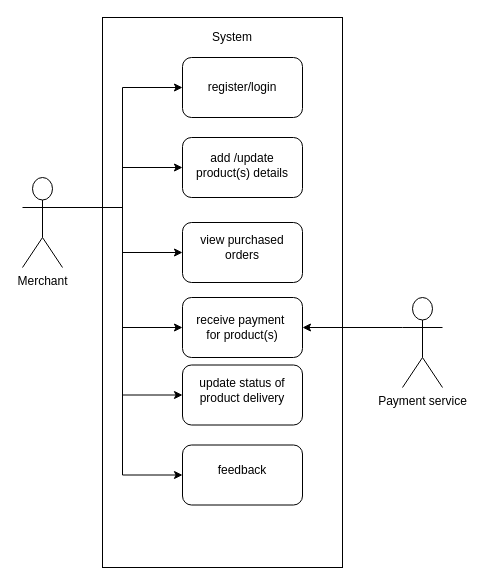
Earlier version of the draw.io diagram page "Page-1" (1 of 2) of amazon_admin.drawio (MohitBurkule/uml-diagrams). Source tidied: cells renumbered, new cells numbered last; positions are measured from the earlier drawing's top-left corner, leaving out a move shared by most shapes. Both pictures are drawn from the tidied source at 100%, with x=0, y=0 at pixel (22, 17).
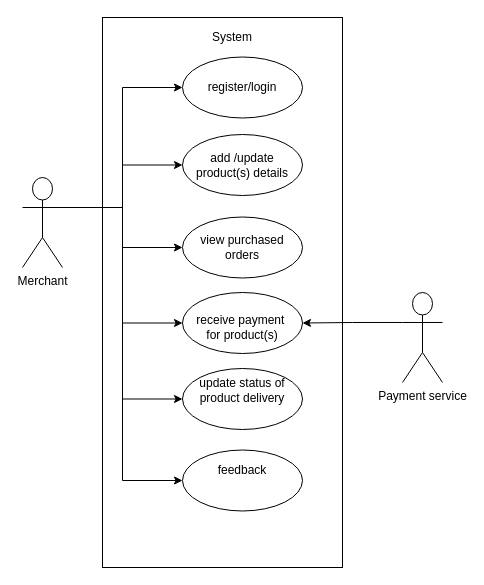
The same diagram, later.

The edit, as a diff of the source:
```diff
@@
-    <mxCell id="3" style="edgeStyle=orthogonalEdgeStyle;rounded=0;jettySize=auto;html=1;exitX=1;exitY=0.3333333333333333;exitDx=0;exitDy=0;exitPerimeter=0;entryX=0;entryY=0.5;entryDx=0;entryDy=0;" parent="1" edge="1" source="9" target="10">
-      <mxGeometry relative="1" as="geometry" />
-    </mxCell>
-    <mxCell id="4" style="edgeStyle=orthogonalEdgeStyle;rounded=0;jettySize=auto;html=1;exitX=1;exitY=0.3333333333333333;exitDx=0;exitDy=0;exitPerimeter=0;entryX=0;entryY=0.5;entryDx=0;entryDy=0;" parent="1" edge="1" source="9" target="11">
-      <mxGeometry relative="1" as="geometry" />
-    </mxCell>
-    <mxCell id="5" style="edgeStyle=orthogonalEdgeStyle;rounded=0;jettySize=auto;html=1;exitX=1;exitY=0.3333333333333333;exitDx=0;exitDy=0;exitPerimeter=0;entryX=0;entryY=0.5;entryDx=0;entryDy=0;" parent="1" edge="1" source="9" target="12">
-      <mxGeometry relative="1" as="geometry" />
-    </mxCell>
-    <mxCell id="6" style="edgeStyle=orthogonalEdgeStyle;rounded=0;jettySize=auto;html=1;exitX=1;exitY=0.3333333333333333;exitDx=0;exitDy=0;exitPerimeter=0;entryX=0;entryY=0.5;entryDx=0;entryDy=0;" parent="1" edge="1" source="9" target="13">
-      <mxGeometry relative="1" as="geometry" />
-    </mxCell>
-    <mxCell id="7" style="edgeStyle=orthogonalEdgeStyle;rounded=0;jettySize=auto;html=1;exitX=1;exitY=0.3333333333333333;exitDx=0;exitDy=0;exitPerimeter=0;entryX=0;entryY=0.5;entryDx=0;entryDy=0;" parent="1" edge="1" source="9" target="20">
-      <mxGeometry relative="1" as="geometry" />
-    </mxCell>
-    <mxCell id="8" style="edgeStyle=orthogonalEdgeStyle;rounded=0;jettySize=auto;html=1;exitX=1;exitY=0.3333333333333333;exitDx=0;exitDy=0;exitPerimeter=0;entryX=0;entryY=0.5;entryDx=0;entryDy=0;" parent="1" edge="1" source="9" target="22">
-      <mxGeometry relative="1" as="geometry" />
-    </mxCell>
-    <mxCell id="9" value="Merchant" style="shape=umlActor;verticalLabelPosition=bottom;labelBackgroundColor=#ffffff;verticalAlign=top;html=1;" parent="1" vertex="1">
-      <mxGeometry y="160" width="40" height="90" as="geometry" />
-    </mxCell>
-    <mxCell id="10" style="rounded=1;whiteSpace=wrap;html=1;" parent="1" vertex="1">
-      <mxGeometry x="160" y="40" width="120" height="60" as="geometry" />
-    </mxCell>
-    <mxCell id="11" style="rounded=1;whiteSpace=wrap;html=1;" parent="1" vertex="1">
-      <mxGeometry x="160" y="120" width="120" height="60" as="geometry" />
-    </mxCell>
-    <mxCell id="12" style="rounded=1;whiteSpace=wrap;html=1;" parent="1" vertex="1">
-      <mxGeometry x="160" y="205" width="120" height="60" as="geometry" />
-    </mxCell>
-    <mxCell id="13" style="rounded=1;whiteSpace=wrap;html=1;" parent="1" vertex="1">
-      <mxGeometry x="160" y="280" width="120" height="60" as="geometry" />
-    </mxCell>
+    <mxCell id="25" style="ellipse;whiteSpace=wrap;html=1;" parent="1" vertex="1">
+      <mxGeometry x="160" y="39.5" width="120" height="61" as="geometry" />
+    </mxCell>
+    <mxCell id="26" style="ellipse;whiteSpace=wrap;html=1;" parent="1" vertex="1">
+      <mxGeometry x="160" y="117" width="120" height="61" as="geometry" />
+    </mxCell>
+    <mxCell id="27" style="ellipse;whiteSpace=wrap;html=1;" parent="1" vertex="1">
+      <mxGeometry x="160" y="199.5" width="120" height="61" as="geometry" />
+    </mxCell>
+    <mxCell id="28" style="ellipse;whiteSpace=wrap;html=1;" parent="1" vertex="1">
+      <mxGeometry x="160" y="275" width="120" height="61" as="geometry" />
+    </mxCell>
+    <mxCell id="29" style="ellipse;whiteSpace=wrap;html=1;" parent="1" vertex="1">
+      <mxGeometry x="160" y="351" width="120" height="61" as="geometry" />
+    </mxCell>
+    <mxCell id="30" style="ellipse;whiteSpace=wrap;html=1;" parent="1" vertex="1">
+      <mxGeometry x="160" y="432.5" width="120" height="61" as="geometry" />
+    </mxCell>
@@
-    <mxCell id="18" style="edgeStyle=orthogonalEdgeStyle;rounded=0;jettySize=auto;html=1;exitX=0;exitY=0.3333333333333333;exitDx=0;exitDy=0;exitPerimeter=0;entryX=1;entryY=0.5;entryDx=0;entryDy=0;" parent="1" edge="1" source="19" target="13">
-      <mxGeometry relative="1" as="geometry" />
-    </mxCell>
+    <mxCell id="21" value="update status of product delivery" style="text;html=1;strokeColor=none;fillColor=none;align=center;verticalAlign=middle;whiteSpace=wrap;rounded=0;" parent="1" vertex="1">
+      <mxGeometry x="170" y="352.5" width="100" height="40" as="geometry" />
+    </mxCell>
+    <mxCell id="31" style="edgeStyle=orthogonalEdgeStyle;rounded=0;jettySize=auto;html=1;exitX=1;exitY=0.3333333333333333;exitDx=0;exitDy=0;exitPerimeter=0;entryX=0;entryY=0.5;entryDx=0;entryDy=0;" parent="1" edge="1" source="9" target="25">
+      <mxGeometry relative="1" as="geometry" />
+    </mxCell>
+    <mxCell id="32" style="edgeStyle=orthogonalEdgeStyle;rounded=0;jettySize=auto;html=1;exitX=1;exitY=0.3333333333333333;exitDx=0;exitDy=0;exitPerimeter=0;entryX=0;entryY=0.5;entryDx=0;entryDy=0;" parent="1" edge="1" source="9" target="26">
+      <mxGeometry relative="1" as="geometry" />
+    </mxCell>
+    <mxCell id="33" style="edgeStyle=orthogonalEdgeStyle;rounded=0;jettySize=auto;html=1;exitX=1;exitY=0.3333333333333333;exitDx=0;exitDy=0;exitPerimeter=0;entryX=0;entryY=0.5;entryDx=0;entryDy=0;" parent="1" edge="1" source="9" target="27">
+      <mxGeometry relative="1" as="geometry" />
+    </mxCell>
+    <mxCell id="34" style="edgeStyle=orthogonalEdgeStyle;rounded=0;jettySize=auto;html=1;exitX=1;exitY=0.3333333333333333;exitDx=0;exitDy=0;exitPerimeter=0;entryX=0;entryY=0.5;entryDx=0;entryDy=0;" parent="1" edge="1" source="9" target="28">
+      <mxGeometry relative="1" as="geometry" />
+    </mxCell>
+    <mxCell id="35" style="edgeStyle=orthogonalEdgeStyle;rounded=0;jettySize=auto;html=1;exitX=1;exitY=0.3333333333333333;exitDx=0;exitDy=0;exitPerimeter=0;entryX=0;entryY=0.5;entryDx=0;entryDy=0;" parent="1" edge="1" source="9" target="29">
+      <mxGeometry relative="1" as="geometry" />
+    </mxCell>
+    <mxCell id="36" style="edgeStyle=orthogonalEdgeStyle;rounded=0;jettySize=auto;html=1;exitX=1;exitY=0.3333333333333333;exitDx=0;exitDy=0;exitPerimeter=0;entryX=0;entryY=0.5;entryDx=0;entryDy=0;" parent="1" edge="1" source="9" target="30">
+      <mxGeometry relative="1" as="geometry" />
+    </mxCell>
+    <mxCell id="9" value="Merchant" style="shape=umlActor;verticalLabelPosition=bottom;labelBackgroundColor=#ffffff;verticalAlign=top;html=1;" parent="1" vertex="1">
+      <mxGeometry y="160" width="40" height="90" as="geometry" />
+    </mxCell>
+    <mxCell id="37" style="edgeStyle=orthogonalEdgeStyle;rounded=0;jettySize=auto;html=1;exitX=0;exitY=0.3333333333333333;exitDx=0;exitDy=0;exitPerimeter=0;entryX=1;entryY=0.5;entryDx=0;entryDy=0;" parent="1" edge="1" source="19" target="28">
+      <mxGeometry relative="1" as="geometry" />
+    </mxCell>
     <mxCell id="19" value="Payment service" style="shape=umlActor;verticalLabelPosition=bottom;labelBackgroundColor=#ffffff;verticalAlign=top;html=1;" parent="1" vertex="1">
-      <mxGeometry x="380" y="280" width="40" height="90" as="geometry" />
+      <mxGeometry x="380" y="275" width="40" height="90" as="geometry" />
     </mxCell>
-    <mxCell id="20" style="rounded=1;whiteSpace=wrap;html=1;" parent="1" vertex="1">
-      <mxGeometry x="160" y="347.5" width="120" height="60" as="geometry" />
-    </mxCell>
-    <mxCell id="21" value="update status of product delivery" style="text;html=1;strokeColor=none;fillColor=none;align=center;verticalAlign=middle;whiteSpace=wrap;rounded=0;" parent="1" vertex="1">
-      <mxGeometry x="170" y="352.5" width="100" height="40" as="geometry" />
-    </mxCell>
-    <mxCell id="22" style="rounded=1;whiteSpace=wrap;html=1;" parent="1" vertex="1">
-      <mxGeometry x="160" y="427.5" width="120" height="60" as="geometry" />
-    </mxCell>
+    <mxCell id="24" value="System" style="text;html=1;strokeColor=none;fillColor=none;align=center;verticalAlign=middle;whiteSpace=wrap;rounded=0;" parent="1" vertex="1">
+      <mxGeometry x="190" y="10" width="40" height="20" as="geometry" />
+    </mxCell>
@@
-    <mxCell id="24" value="System" style="text;html=1;strokeColor=none;fillColor=none;align=center;verticalAlign=middle;whiteSpace=wrap;rounded=0;" parent="1" vertex="1">
-      <mxGeometry x="190" y="10" width="40" height="20" as="geometry" />
-    </mxCell>
```
